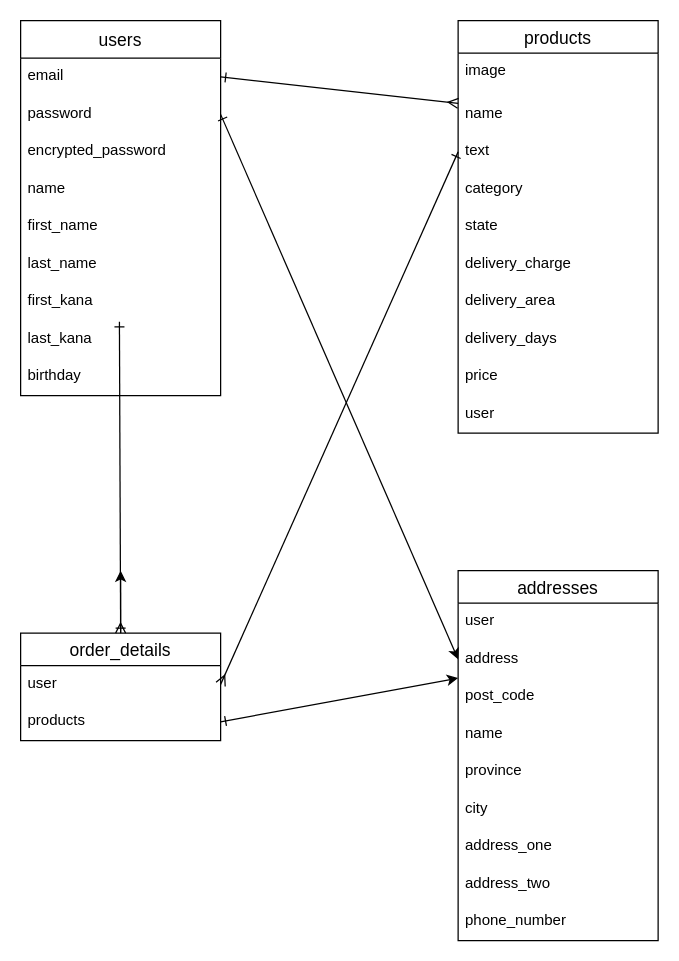
Above: furima.dio in shun1127/furima-37811 (draw.io), before the change. Source tidied: cells renumbered, new cells numbered last; positions are measured from the earlier drawing's top-left corner, leaving out a move shared by most shapes. Both pictures are drawn from the tidied source at 125%, with x=0, y=0 at pixel (20, 20).
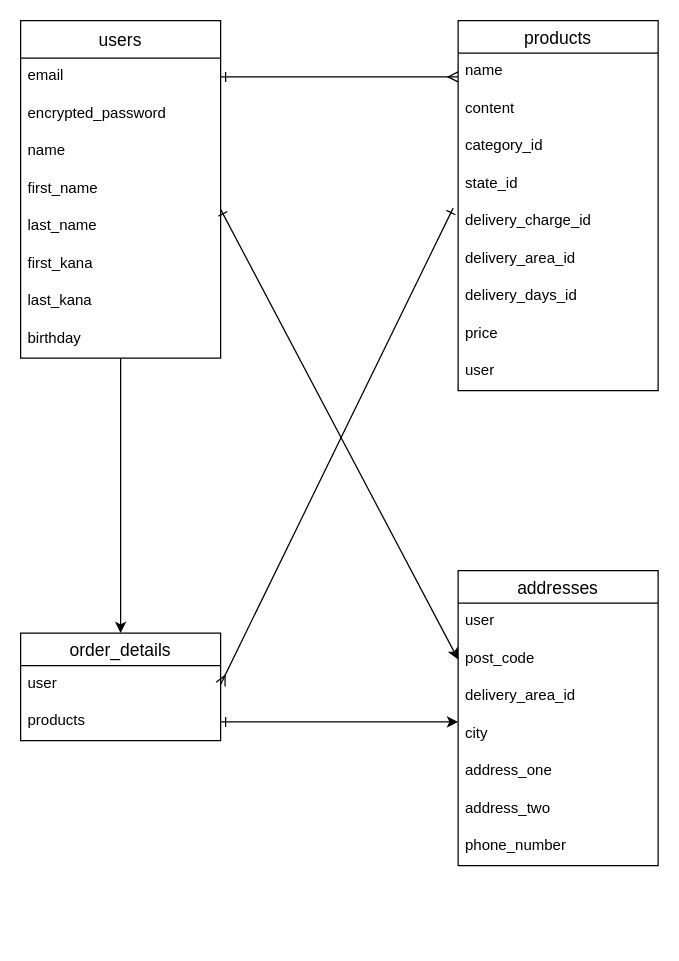
Above is the later version.

Unchanged cells that the change refers to:
```xml
<mxCell id="3" value="email" style="text;strokeColor=none;fillColor=none;spacingLeft=4;spacingRight=4;overflow=hidden;points=[[0,0.5],[1,0.5]];portConstraint=eastwest;fontSize=12;" parent="2" vertex="1">
  <mxGeometry y="30" width="160" height="30" as="geometry" />
</mxCell>
<mxCell id="34" value="order_details" style="swimlane;fontStyle=0;horizontal=1;startSize=26;align=center;fontSize=14;" parent="1" vertex="1">
  <mxGeometry y="490" width="160" height="86" as="geometry" />
</mxCell>
<mxCell id="35" value="user" style="text;strokeColor=none;fillColor=none;spacingLeft=4;spacingRight=4;overflow=hidden;points=[[0,0.5],[1,0.5]];portConstraint=eastwest;fontSize=12;" parent="34" vertex="1">
  <mxGeometry y="26" width="160" height="30" as="geometry" />
</mxCell>
<mxCell id="36" value="products" style="text;strokeColor=none;fillColor=none;spacingLeft=4;spacingRight=4;overflow=hidden;points=[[0,0.5],[1,0.5]];portConstraint=eastwest;fontSize=12;" parent="34" vertex="1">
  <mxGeometry y="56" width="160" height="30" as="geometry" />
</mxCell>
```

Change to the diagram source:
```diff
@@
+    <mxCell id="42" style="edgeStyle=none;html=1;entryX=0.5;entryY=0;entryDx=0;entryDy=0;" parent="1" edge="1" source="2" target="34">
+      <mxGeometry relative="1" as="geometry" />
+    </mxCell>
     <mxCell id="2" value="users" style="swimlane;fontStyle=0;horizontal=1;startSize=30;align=center;fontSize=14;" parent="1" vertex="1">
-      <mxGeometry width="160" height="300" as="geometry" />
+      <mxGeometry width="160" height="270" as="geometry" />
     </mxCell>
@@
-    <mxCell id="4" value="password" style="text;strokeColor=none;fillColor=none;spacingLeft=4;spacingRight=4;overflow=hidden;points=[[0,0.5],[1,0.5]];portConstraint=eastwest;fontSize=12;" parent="2" vertex="1">
-      <mxGeometry y="60" width="160" height="30" as="geometry" />
-    </mxCell>
     <mxCell id="5" value="encrypted_password" style="text;strokeColor=none;fillColor=none;spacingLeft=4;spacingRight=4;overflow=hidden;fontSize=12;" parent="2" vertex="1">
-      <mxGeometry y="90" width="160" height="30" as="geometry" />
+      <mxGeometry y="60" width="160" height="30" as="geometry" />
     </mxCell>
     <mxCell id="6" value="name" style="text;strokeColor=none;fillColor=none;spacingLeft=4;spacingRight=4;overflow=hidden;fontSize=12;" parent="2" vertex="1">
-      <mxGeometry y="120" width="160" height="30" as="geometry" />
+      <mxGeometry y="90" width="160" height="30" as="geometry" />
     </mxCell>
     <mxCell id="7" value="first_name" style="text;strokeColor=none;fillColor=none;spacingLeft=4;spacingRight=4;overflow=hidden;fontSize=12;" parent="2" vertex="1">
-      <mxGeometry y="150" width="160" height="30" as="geometry" />
+      <mxGeometry y="120" width="160" height="30" as="geometry" />
     </mxCell>
     <mxCell id="8" value="last_name" style="text;strokeColor=none;fillColor=none;spacingLeft=4;spacingRight=4;overflow=hidden;points=[[0,0.5],[1,0.5]];portConstraint=eastwest;fontSize=12;" parent="2" vertex="1">
-      <mxGeometry y="180" width="160" height="30" as="geometry" />
+      <mxGeometry y="150" width="160" height="30" as="geometry" />
     </mxCell>
     <mxCell id="9" value="first_kana" style="text;strokeColor=none;fillColor=none;spacingLeft=4;spacingRight=4;overflow=hidden;points=[[0,0.5],[1,0.5]];portConstraint=eastwest;fontSize=12;" parent="2" vertex="1">
-      <mxGeometry y="210" width="160" height="30" as="geometry" />
+      <mxGeometry y="180" width="160" height="30" as="geometry" />
     </mxCell>
     <mxCell id="10" value="last_kana" style="text;strokeColor=none;fillColor=none;spacingLeft=4;spacingRight=4;overflow=hidden;fontSize=12;" parent="2" vertex="1">
-      <mxGeometry y="240" width="160" height="30" as="geometry" />
+      <mxGeometry y="210" width="160" height="30" as="geometry" />
     </mxCell>
     <mxCell id="11" value="birthday" style="text;strokeColor=none;fillColor=none;spacingLeft=4;spacingRight=4;overflow=hidden;fontSize=12;" parent="2" vertex="1">
-      <mxGeometry y="270" width="160" height="30" as="geometry" />
+      <mxGeometry y="240" width="160" height="30" as="geometry" />
     </mxCell>
     <mxCell id="12" value="products" style="swimlane;fontStyle=0;horizontal=1;startSize=26;align=center;fontSize=14;" parent="1" vertex="1">
-      <mxGeometry x="350" width="160" height="330" as="geometry" />
+      <mxGeometry x="350" width="160" height="296" as="geometry" />
     </mxCell>
-    <mxCell id="13" value="image" style="text;strokeColor=none;fillColor=none;spacingLeft=4;spacingRight=4;overflow=hidden;fontSize=12;" parent="12" vertex="1">
-      <mxGeometry y="26" width="160" height="34" as="geometry" />
-    </mxCell>
     <mxCell id="14" value="name" style="text;strokeColor=none;fillColor=none;spacingLeft=4;spacingRight=4;overflow=hidden;points=[[0,0.5],[1,0.5]];portConstraint=eastwest;fontSize=12;" parent="12" vertex="1">
-      <mxGeometry y="60" width="160" height="30" as="geometry" />
+      <mxGeometry y="26" width="160" height="30" as="geometry" />
     </mxCell>
-    <mxCell id="15" value="text" style="text;strokeColor=none;fillColor=none;spacingLeft=4;spacingRight=4;overflow=hidden;points=[[0,0.5],[1,0.5]];portConstraint=eastwest;fontSize=12;" parent="12" vertex="1">
-      <mxGeometry y="90" width="160" height="30" as="geometry" />
+    <mxCell id="15" value="content" style="text;strokeColor=none;fillColor=none;spacingLeft=4;spacingRight=4;overflow=hidden;points=[[0,0.5],[1,0.5]];portConstraint=eastwest;fontSize=12;" parent="12" vertex="1">
+      <mxGeometry y="56" width="160" height="30" as="geometry" />
     </mxCell>
-    <mxCell id="16" value="category" style="text;strokeColor=none;fillColor=none;spacingLeft=4;spacingRight=4;overflow=hidden;fontSize=12;" parent="12" vertex="1">
-      <mxGeometry y="120" width="160" height="30" as="geometry" />
+    <mxCell id="16" value="category_id" style="text;strokeColor=none;fillColor=none;spacingLeft=4;spacingRight=4;overflow=hidden;fontSize=12;" parent="12" vertex="1">
+      <mxGeometry y="86" width="160" height="30" as="geometry" />
     </mxCell>
-    <mxCell id="17" value="state" style="text;strokeColor=none;fillColor=none;spacingLeft=4;spacingRight=4;overflow=hidden;points=[[0,0.5],[1,0.5]];portConstraint=eastwest;fontSize=12;" parent="12" vertex="1">
-      <mxGeometry y="150" width="160" height="30" as="geometry" />
+    <mxCell id="17" value="state_id" style="text;strokeColor=none;fillColor=none;spacingLeft=4;spacingRight=4;overflow=hidden;points=[[0,0.5],[1,0.5]];portConstraint=eastwest;fontSize=12;" parent="12" vertex="1">
+      <mxGeometry y="116" width="160" height="30" as="geometry" />
     </mxCell>
-    <mxCell id="18" value="delivery_charge" style="text;strokeColor=none;fillColor=none;spacingLeft=4;spacingRight=4;overflow=hidden;fontSize=12;" parent="12" vertex="1">
-      <mxGeometry y="180" width="160" height="30" as="geometry" />
+    <mxCell id="18" value="delivery_charge_id" style="text;strokeColor=none;fillColor=none;spacingLeft=4;spacingRight=4;overflow=hidden;fontSize=12;" parent="12" vertex="1">
+      <mxGeometry y="146" width="160" height="30" as="geometry" />
     </mxCell>
-    <mxCell id="19" value="delivery_area" style="text;strokeColor=none;fillColor=none;spacingLeft=4;spacingRight=4;overflow=hidden;fontSize=12;" parent="12" vertex="1">
-      <mxGeometry y="210" width="160" height="30" as="geometry" />
+    <mxCell id="19" value="delivery_area_id" style="text;strokeColor=none;fillColor=none;spacingLeft=4;spacingRight=4;overflow=hidden;fontSize=12;" parent="12" vertex="1">
+      <mxGeometry y="176" width="160" height="30" as="geometry" />
     </mxCell>
-    <mxCell id="20" value="delivery_days" style="text;strokeColor=none;fillColor=none;spacingLeft=4;spacingRight=4;overflow=hidden;fontSize=12;" parent="12" vertex="1">
-      <mxGeometry y="240" width="160" height="30" as="geometry" />
+    <mxCell id="20" value="delivery_days_id" style="text;strokeColor=none;fillColor=none;spacingLeft=4;spacingRight=4;overflow=hidden;fontSize=12;" parent="12" vertex="1">
+      <mxGeometry y="206" width="160" height="30" as="geometry" />
     </mxCell>
     <mxCell id="21" value="price" style="text;strokeColor=none;fillColor=none;spacingLeft=4;spacingRight=4;overflow=hidden;fontSize=12;" parent="12" vertex="1">
-      <mxGeometry y="270" width="160" height="30" as="geometry" />
+      <mxGeometry y="236" width="160" height="30" as="geometry" />
     </mxCell>
     <mxCell id="22" value="user" style="text;strokeColor=none;fillColor=none;spacingLeft=4;spacingRight=4;overflow=hidden;fontSize=12;" parent="12" vertex="1">
-      <mxGeometry y="300" width="160" height="30" as="geometry" />
+      <mxGeometry y="266" width="160" height="30" as="geometry" />
     </mxCell>
     <mxCell id="23" value="addresses" style="swimlane;fontStyle=0;horizontal=1;startSize=26;align=center;fontSize=14;" parent="1" vertex="1">
-      <mxGeometry x="350" y="440" width="160" height="296" as="geometry" />
+      <mxGeometry x="350" y="440" width="160" height="236" as="geometry" />
     </mxCell>
@@
-    <mxCell id="25" value="address" style="text;strokeColor=none;fillColor=none;spacingLeft=4;spacingRight=4;overflow=hidden;points=[[0,0.5],[1,0.5]];portConstraint=eastwest;fontSize=12;" parent="23" vertex="1">
-      <mxGeometry y="56" width="160" height="30" as="geometry" />
-    </mxCell>
     <mxCell id="26" value="post_code" style="text;strokeColor=none;fillColor=none;spacingLeft=4;spacingRight=4;overflow=hidden;fontSize=12;" parent="23" vertex="1">
-      <mxGeometry y="86" width="160" height="30" as="geometry" />
+      <mxGeometry y="56" width="160" height="30" as="geometry" />
     </mxCell>
-    <mxCell id="27" value="name" style="text;strokeColor=none;fillColor=none;spacingLeft=4;spacingRight=4;overflow=hidden;fontSize=12;" parent="23" vertex="1">
-      <mxGeometry y="116" width="160" height="30" as="geometry" />
-    </mxCell>
-    <mxCell id="28" value="province" style="text;strokeColor=none;fillColor=none;spacingLeft=4;spacingRight=4;overflow=hidden;fontSize=12;" parent="23" vertex="1">
-      <mxGeometry y="146" width="160" height="30" as="geometry" />
+    <mxCell id="28" value="delivery_area_id" style="text;strokeColor=none;fillColor=none;spacingLeft=4;spacingRight=4;overflow=hidden;fontSize=12;" parent="23" vertex="1">
+      <mxGeometry y="86" width="160" height="30" as="geometry" />
     </mxCell>
     <mxCell id="29" value="city" style="text;strokeColor=none;fillColor=none;spacingLeft=4;spacingRight=4;overflow=hidden;fontSize=12;" parent="23" vertex="1">
-      <mxGeometry y="176" width="160" height="30" as="geometry" />
+      <mxGeometry y="116" width="160" height="30" as="geometry" />
     </mxCell>
     <mxCell id="30" value="address_one" style="text;strokeColor=none;fillColor=none;spacingLeft=4;spacingRight=4;overflow=hidden;fontSize=12;" parent="23" vertex="1">
-      <mxGeometry y="206" width="160" height="30" as="geometry" />
+      <mxGeometry y="146" width="160" height="30" as="geometry" />
     </mxCell>
     <mxCell id="31" value="address_two" style="text;strokeColor=none;fillColor=none;spacingLeft=4;spacingRight=4;overflow=hidden;fontSize=12;" parent="23" vertex="1">
-      <mxGeometry y="236" width="160" height="30" as="geometry" />
+      <mxGeometry y="176" width="160" height="30" as="geometry" />
     </mxCell>
     <mxCell id="32" value="phone_number" style="text;strokeColor=none;fillColor=none;spacingLeft=4;spacingRight=4;overflow=hidden;fontSize=12;" parent="23" vertex="1">
-      <mxGeometry y="266" width="160" height="30" as="geometry" />
+      <mxGeometry y="206" width="160" height="30" as="geometry" />
     </mxCell>
-    <mxCell id="33" style="edgeStyle=none;html=1;startArrow=ERone;startFill=0;endArrow=classic;endFill=1;" parent="1" edge="1" source="34">
-      <mxGeometry relative="1" as="geometry">
-        <mxPoint x="80" y="440" as="targetPoint" />
-      </mxGeometry>
-    </mxCell>
@@
-    <mxCell id="37" style="edgeStyle=none;html=1;exitX=1;exitY=0.5;exitDx=0;exitDy=0;endArrow=ERmany;endFill=0;startArrow=ERone;startFill=0;" parent="1" edge="1" source="3" target="14">
-      <mxGeometry relative="1" as="geometry" />
+    <mxCell id="37" style="edgeStyle=none;html=1;exitX=1;exitY=0.5;exitDx=0;exitDy=0;endArrow=ERmany;endFill=0;startArrow=ERone;startFill=0;" parent="1" edge="1" source="3">
+      <mxGeometry relative="1" as="geometry">
+        <mxPoint x="350" y="45" as="targetPoint" />
+      </mxGeometry>
     </mxCell>
-    <mxCell id="38" style="edgeStyle=none;html=1;exitX=1;exitY=0.5;exitDx=0;exitDy=0;entryX=0;entryY=0.5;entryDx=0;entryDy=0;startArrow=ERone;startFill=0;endArrow=classic;endFill=1;" parent="1" edge="1" source="4" target="25">
-      <mxGeometry relative="1" as="geometry" />
+    <mxCell id="38" style="edgeStyle=none;html=1;exitX=1;exitY=0.033;exitDx=0;exitDy=0;entryX=0;entryY=0.5;entryDx=0;entryDy=0;startArrow=ERone;startFill=0;endArrow=classic;endFill=1;exitPerimeter=0;" parent="1" edge="1" source="8">
+      <mxGeometry relative="1" as="geometry">
+        <mxPoint x="350" y="511" as="targetPoint" />
+      </mxGeometry>
     </mxCell>
-    <mxCell id="39" style="edgeStyle=none;html=1;entryX=0.5;entryY=0;entryDx=0;entryDy=0;startArrow=ERone;startFill=0;endArrow=ERmany;endFill=0;exitX=0.494;exitY=1.033;exitDx=0;exitDy=0;exitPerimeter=0;" parent="1" edge="1" source="9" target="34">
-      <mxGeometry relative="1" as="geometry" />
-    </mxCell>
-    <mxCell id="40" style="edgeStyle=none;html=1;exitX=0;exitY=0.5;exitDx=0;exitDy=0;entryX=1;entryY=0.5;entryDx=0;entryDy=0;startArrow=ERone;startFill=0;endArrow=ERmany;endFill=0;" parent="1" edge="1" source="15" target="35">
+    <mxCell id="40" style="edgeStyle=none;html=1;exitX=-0.025;exitY=1.133;exitDx=0;exitDy=0;entryX=1;entryY=0.5;entryDx=0;entryDy=0;startArrow=ERone;startFill=0;endArrow=ERmany;endFill=0;exitPerimeter=0;" parent="1" edge="1" source="17" target="35">
       <mxGeometry relative="1" as="geometry" />
     </mxCell>
-    <mxCell id="41" style="edgeStyle=none;html=1;exitX=1;exitY=0.5;exitDx=0;exitDy=0;entryX=0;entryY=1;entryDx=0;entryDy=0;entryPerimeter=0;startArrow=ERone;startFill=0;endArrow=classic;endFill=1;" parent="1" edge="1" source="36" target="25">
-      <mxGeometry relative="1" as="geometry" />
+    <mxCell id="41" style="edgeStyle=none;html=1;exitX=1;exitY=0.5;exitDx=0;exitDy=0;startArrow=ERone;startFill=0;endArrow=classic;endFill=1;" parent="1" edge="1" source="36">
+      <mxGeometry relative="1" as="geometry">
+        <mxPoint x="350" y="561" as="targetPoint" />
+      </mxGeometry>
     </mxCell>
```
